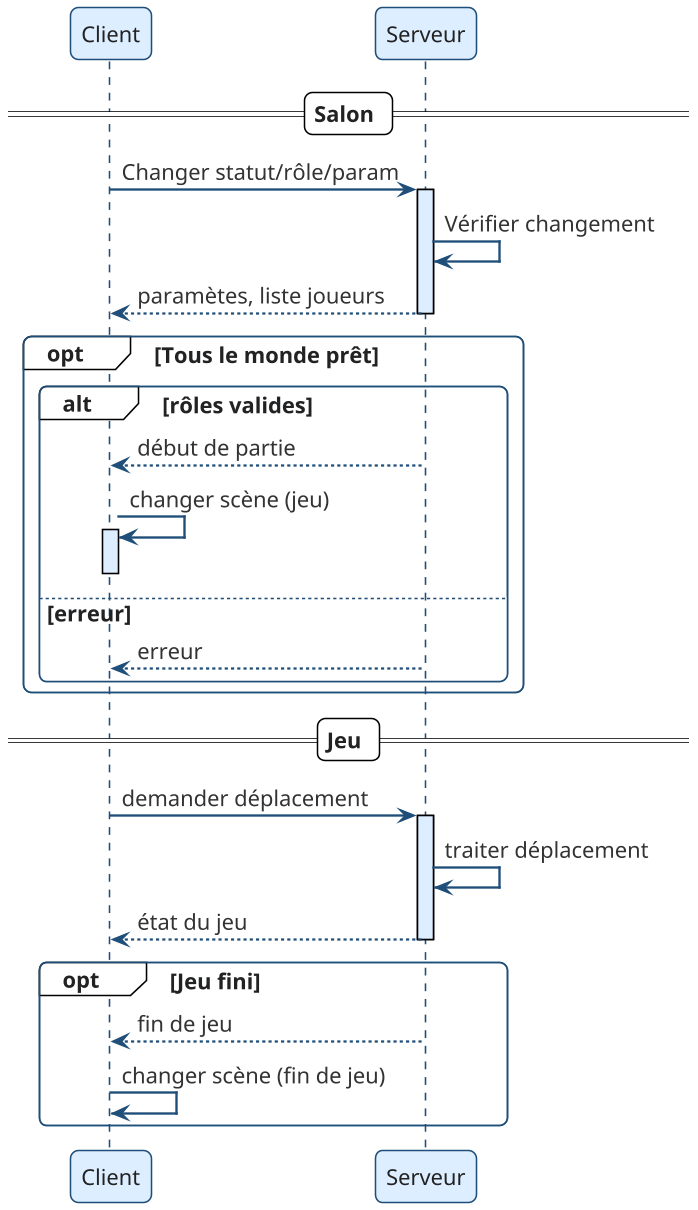
Before: Rapport/UML/PacMan_UML_Reseau_salon_jeu.png, a diagram exported from PlantUML (thomasctn/Projet_PacMan_En_Reseau).
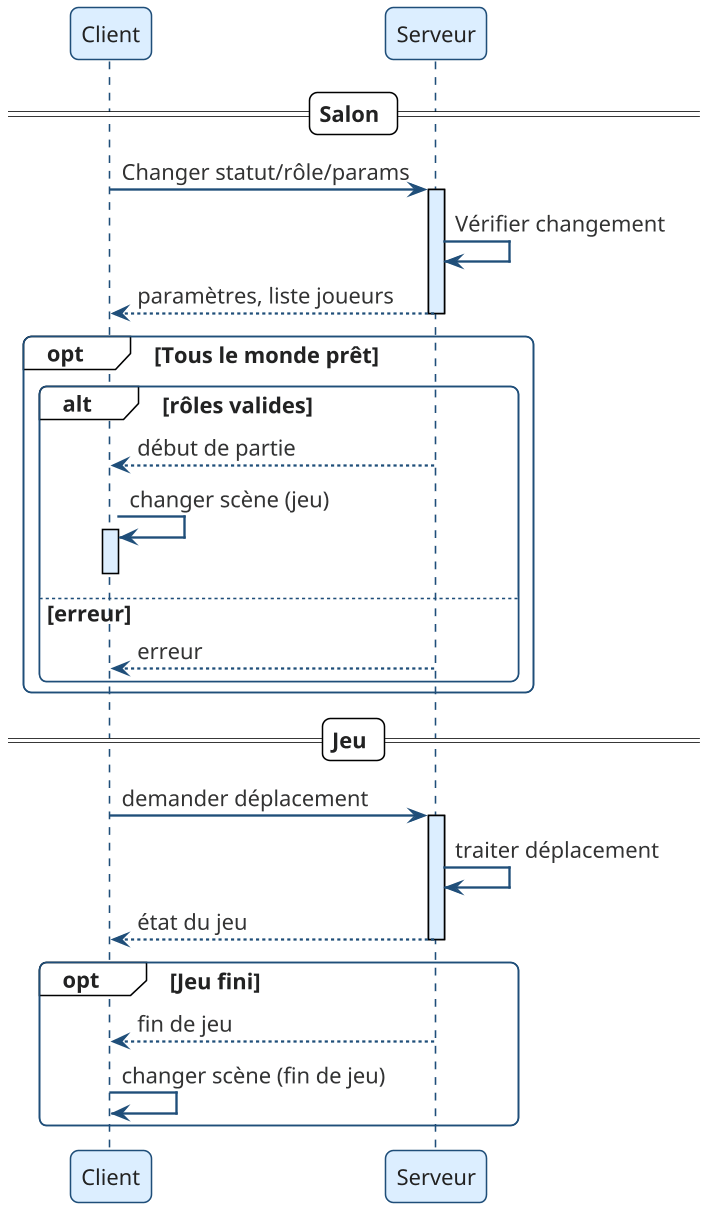
Above is the later version.

The edit, as a diff of the source:
```diff
@@ -7,10 +7,10 @@
 
 
 == Salon ==
-Client -> Serveur : Changer statut/rôle/param
+Client -> Serveur : Changer statut/rôle/params
 activate Serveur
 Serveur -> Serveur : Vérifier changement
-Serveur --> Client : paramètes, liste joueurs
+Serveur --> Client : paramètres, liste joueurs
 deactivate Serveur
 opt Tous le monde prêt
 alt rôles valides
```
